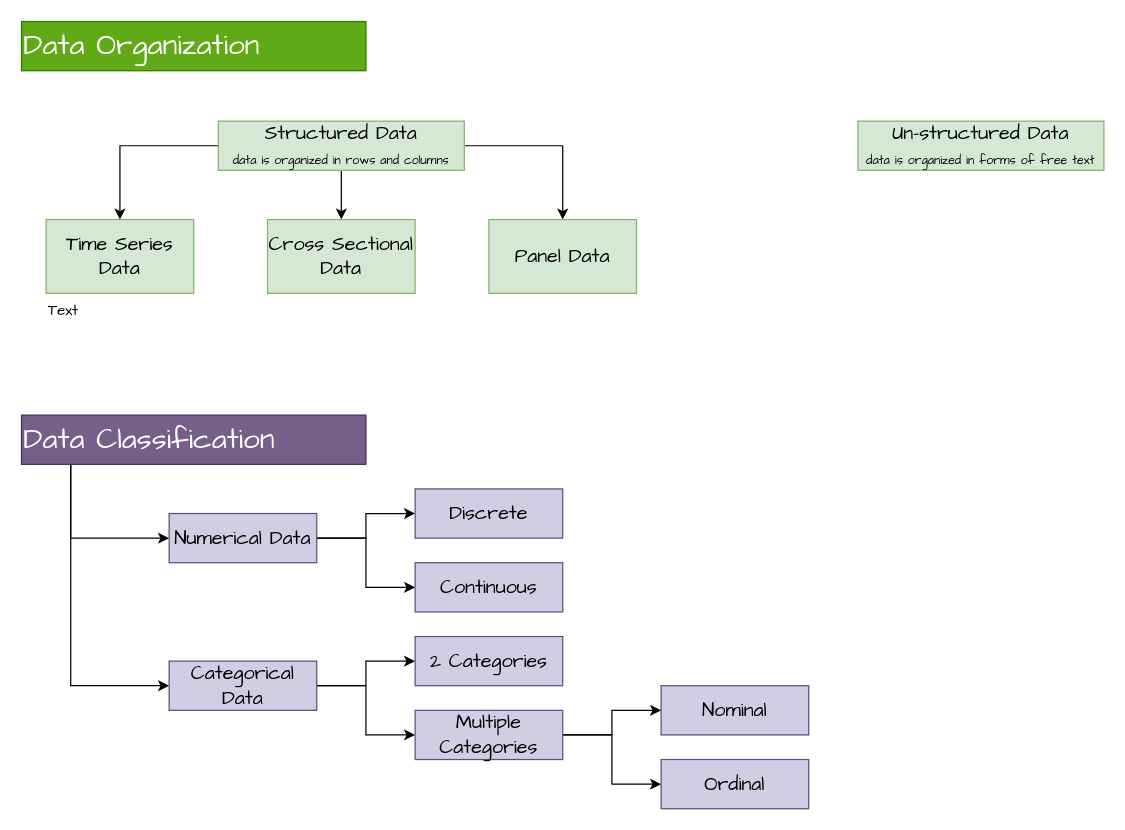
This is lecturenotes/datapreparation/Building Blocks Data Preparation.drawio from quantfineart/fdp, a draw.io file, before an edit. Source tidied: cells renumbered, new cells numbered last; positions are measured from the earlier drawing's top-left corner, leaving out a move shared by most shapes. Both pictures are drawn from the tidied source at 123%, with x=0, y=0 at pixel (21, 21).
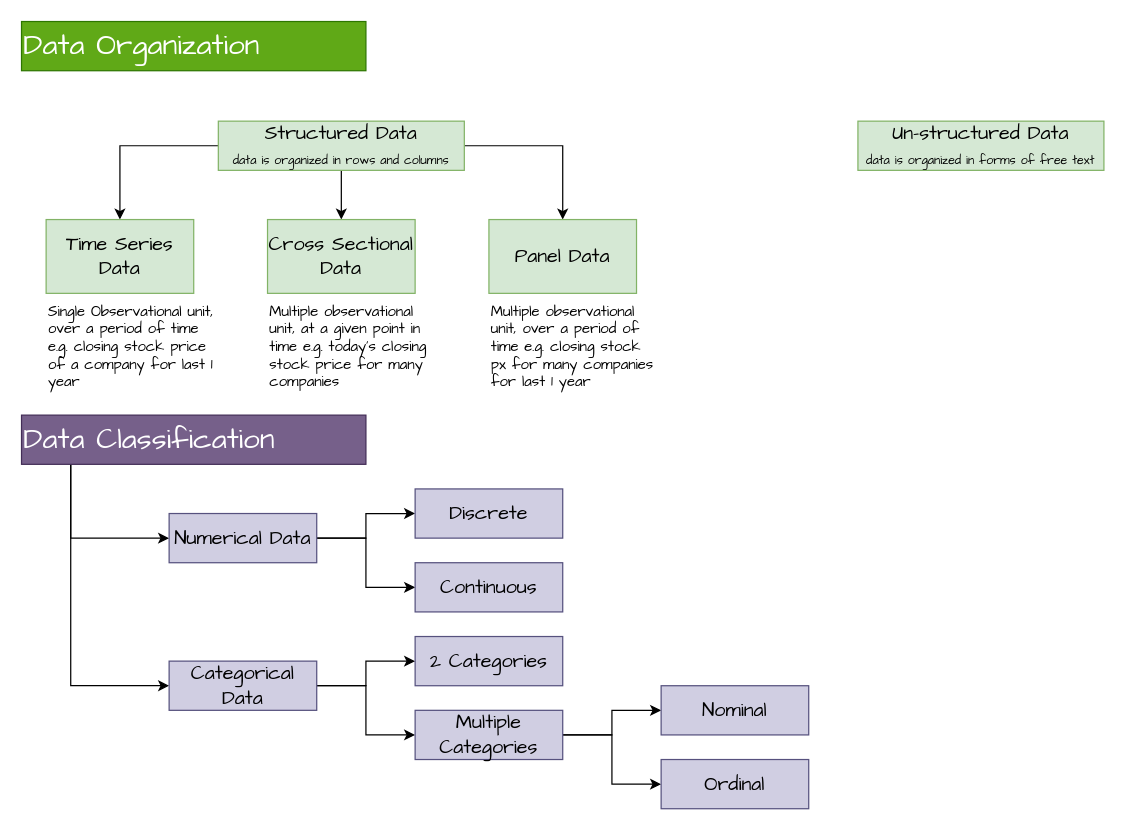
After the change.

Change to the diagram source:
```diff
@@
-    <mxCell id="10" value="Text" style="text;html=1;strokeColor=none;fillColor=none;align=left;verticalAlign=middle;whiteSpace=wrap;rounded=0;labelBackgroundColor=none;fontFamily=Comic Sans MS;fontSize=12;" parent="1" vertex="1">
-      <mxGeometry x="20" y="221" width="120" height="30" as="geometry" />
+    <mxCell id="10" value="Single Observational unit, over a period of time e.g. closing stock price of a company for last 1 year" style="text;strokeColor=none;fillColor=none;align=left;verticalAlign=middle;rounded=0;labelBackgroundColor=none;fontFamily=Comic Sans MS;fontSize=12;html=1;whiteSpace=wrap;" parent="1" vertex="1">
+      <mxGeometry x="20" y="250" width="140" height="30" as="geometry" />
     </mxCell>
@@
+    <mxCell id="29" value="Multiple observational unit, at a given point in time e.g. today's closing stock price for many companies" style="text;strokeColor=none;fillColor=none;align=left;verticalAlign=middle;rounded=0;labelBackgroundColor=none;fontFamily=Comic Sans MS;fontSize=12;html=1;whiteSpace=wrap;" parent="1" vertex="1">
+      <mxGeometry x="200" y="250" width="140" height="30" as="geometry" />
+    </mxCell>
+    <mxCell id="30" value="Multiple observational unit, over a period of time e.g. closing stock px for many companies for last 1 year" style="text;strokeColor=none;fillColor=none;align=left;verticalAlign=middle;rounded=0;labelBackgroundColor=none;fontFamily=Comic Sans MS;fontSize=12;html=1;whiteSpace=wrap;" parent="1" vertex="1">
+      <mxGeometry x="380" y="241.5" width="140" height="47" as="geometry" />
+    </mxCell>
```
